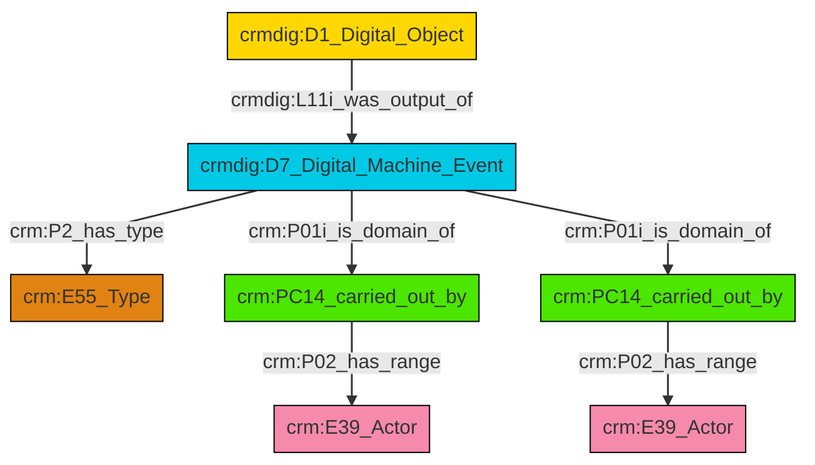
The Mermaid diagram et/doCSV/ttl/mmd/png/do_actor_relations.png in ncarboni/srdm, before a commit. Its source is kept beside it as et/doCSV/ttl/mmd/do_actor_relations.ttl.mmd.
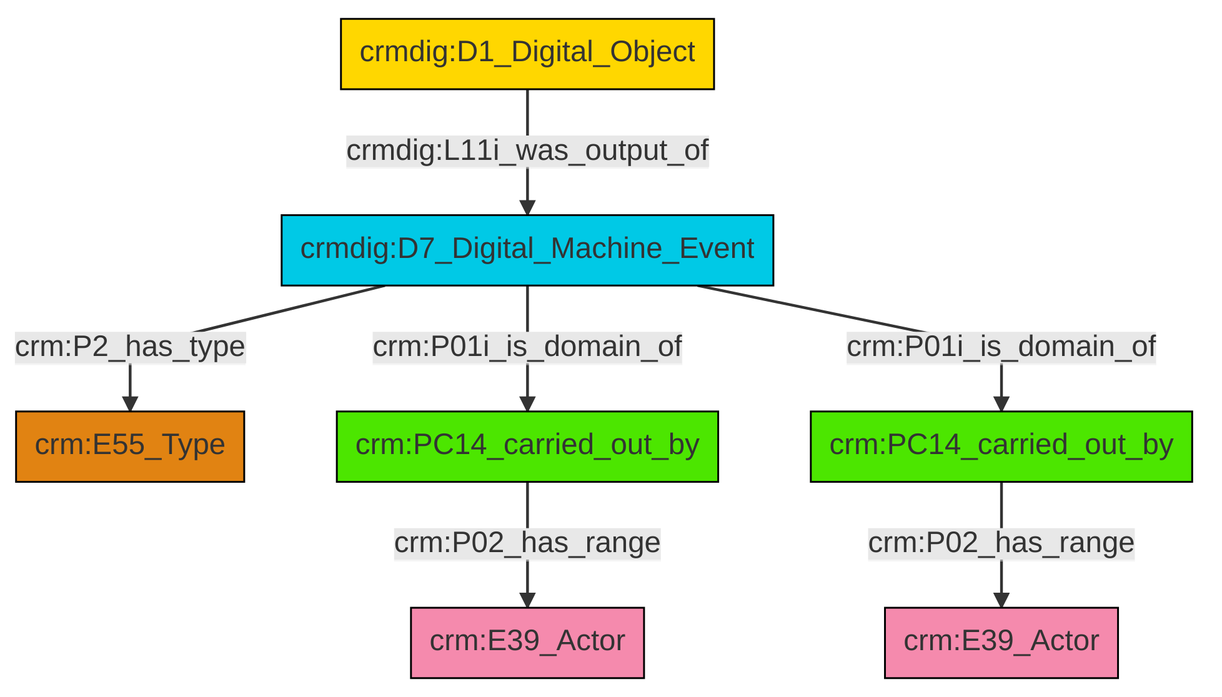
Later version of the same file.

Change to the diagram source:
```diff
@@ -13,9 +13,9 @@
 classDef PC_Classes fill:#4ce600, stroke:#000000;
 classDef Multi fill:#cccccc,stroke:#000000;
 
-2["crm:PC14_carried_out_by"]:::PC_Classes -->|crm:P02_has_range| 3["crm:E39_Actor"]:::Actor
-4["crmdig:D7_Digital_Machine_Event"]:::Temporal_Entity -->|crm:P2_has_type| 0["crm:E55_Type"]:::Type
-5["crm:PC14_carried_out_by"]:::PC_Classes -->|crm:P02_has_range| 7["crm:E39_Actor"]:::Actor
-10["crmdig:D1_Digital_Object"]:::Conceptual_Object -->|crmdig:L11i_was_output_of| 4["crmdig:D7_Digital_Machine_Event"]:::Temporal_Entity
-4["crmdig:D7_Digital_Machine_Event"]:::Temporal_Entity -->|crm:P01i_is_domain_of| 2["crm:PC14_carried_out_by"]:::PC_Classes
-4["crmdig:D7_Digital_Machine_Event"]:::Temporal_Entity -->|crm:P01i_is_domain_of| 5["crm:PC14_carried_out_by"]:::PC_Classes
+0["crmdig:D7_Digital_Machine_Event"]:::Temporal_Entity -->|crm:P2_has_type| 1["crm:E55_Type"]:::Type
+5["crmdig:D1_Digital_Object"]:::Conceptual_Object -->|crmdig:L11i_was_output_of| 0["crmdig:D7_Digital_Machine_Event"]:::Temporal_Entity
+6["crm:PC14_carried_out_by"]:::PC_Classes -->|crm:P02_has_range| 7["crm:E39_Actor"]:::Actor
+9["crm:PC14_carried_out_by"]:::PC_Classes -->|crm:P02_has_range| 3["crm:E39_Actor"]:::Actor
+0["crmdig:D7_Digital_Machine_Event"]:::Temporal_Entity -->|crm:P01i_is_domain_of| 6["crm:PC14_carried_out_by"]:::PC_Classes
+0["crmdig:D7_Digital_Machine_Event"]:::Temporal_Entity -->|crm:P01i_is_domain_of| 9["crm:PC14_carried_out_by"]:::PC_Classes
```
